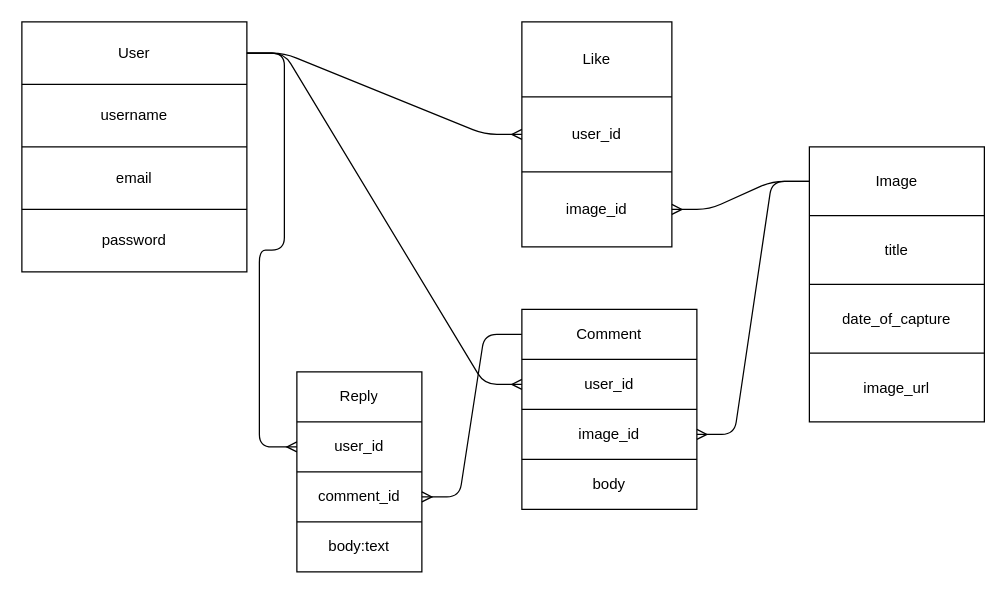
DavidRMorphew/insta_space_backend keeps this draw.io diagram as database_table.drawio. Above is the earlier version. Source tidied: cells renumbered, new cells numbered last; positions are measured from the earlier drawing's top-left corner, leaving out a move shared by most shapes. Both pictures are drawn from the tidied source at 125%, with x=0, y=0 at pixel (21, 21).
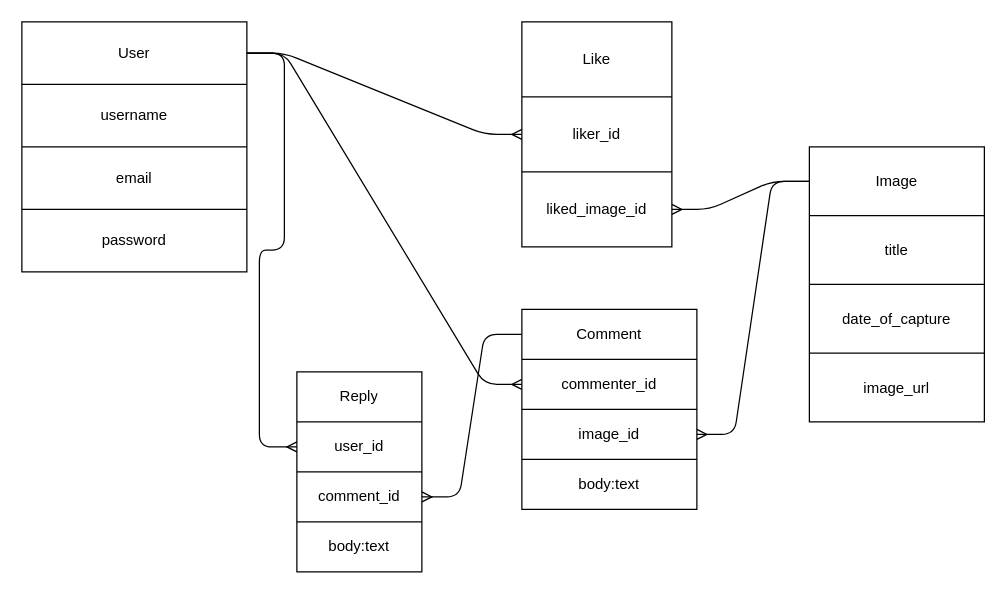
The same page after the edit.

The change refers to these unchanged cells:
```xml
<mxCell id="23" style="shape=partialRectangle;fillColor=none;top=0;left=0;bottom=0;right=0;points=[[0,0.5],[1,0.5]];portConstraint=eastwest;" parent="20" vertex="1">
  <mxGeometry y="60" width="120" height="60" as="geometry" />
</mxCell>
<mxCell id="25" style="shape=partialRectangle;fillColor=none;top=0;left=0;bottom=0;right=0;points=[[0,0.5],[1,0.5]];portConstraint=eastwest;" parent="20" vertex="1">
  <mxGeometry y="120" width="120" height="60" as="geometry" />
</mxCell>
<mxCell id="43" style="shape=partialRectangle;fillColor=none;top=0;left=0;bottom=0;right=0;points=[[0,0.5],[1,0.5]];portConstraint=eastwest;" parent="40" vertex="1">
  <mxGeometry y="40" width="140" height="40" as="geometry" />
</mxCell>
<mxCell id="47" style="shape=partialRectangle;fillColor=none;top=0;left=0;bottom=0;right=0;" parent="40" vertex="1">
  <mxGeometry y="120" width="140" height="40" as="geometry" />
</mxCell>
```

Diff of the diagram source:
```diff
@@
-    <mxCell id="24" value="user_id" style="shape=partialRectangle;html=1;whiteSpace=wrap;overflow=hidden;fillColor=none;top=0;left=0;bottom=0;right=0;" parent="23" vertex="1">
+    <mxCell id="24" value="liker_id" style="shape=partialRectangle;html=1;whiteSpace=wrap;overflow=hidden;fillColor=none;top=0;left=0;bottom=0;right=0;" parent="23" vertex="1">
       <mxGeometry width="120" height="60" as="geometry" />
     </mxCell>
@@
-    <mxCell id="26" value="image_id" style="shape=partialRectangle;html=1;whiteSpace=wrap;overflow=hidden;fillColor=none;top=0;left=0;bottom=0;right=0;" parent="25" vertex="1">
+    <mxCell id="26" value="liked_image_id" style="shape=partialRectangle;html=1;whiteSpace=wrap;overflow=hidden;fillColor=none;top=0;left=0;bottom=0;right=0;" parent="25" vertex="1">
       <mxGeometry width="120" height="60" as="geometry" />
     </mxCell>
@@
-    <mxCell id="44" value="user_id" style="shape=partialRectangle;html=1;whiteSpace=wrap;overflow=hidden;fillColor=none;top=0;left=0;bottom=0;right=0;" parent="43" vertex="1">
+    <mxCell id="44" value="commenter_id" style="shape=partialRectangle;html=1;whiteSpace=wrap;overflow=hidden;fillColor=none;top=0;left=0;bottom=0;right=0;" parent="43" vertex="1">
       <mxGeometry width="140" height="40" as="geometry" />
     </mxCell>
@@
-    <mxCell id="48" value="body" style="shape=partialRectangle;html=1;whiteSpace=wrap;overflow=hidden;fillColor=none;top=0;left=0;bottom=0;right=0;" parent="47" vertex="1">
+    <mxCell id="48" value="body:text" style="shape=partialRectangle;html=1;whiteSpace=wrap;overflow=hidden;fillColor=none;top=0;left=0;bottom=0;right=0;" parent="47" vertex="1">
       <mxGeometry width="140" height="40" as="geometry" />
     </mxCell>
```
